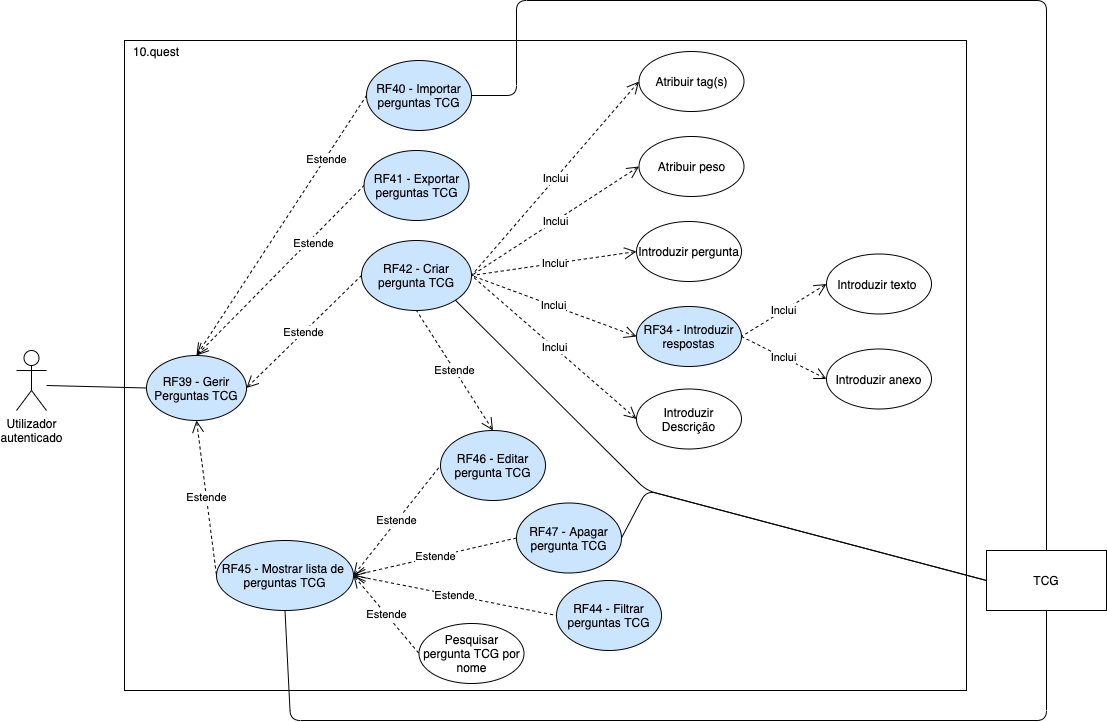
The draw.io diagram img/rf/gerir-perguntas-tcg.png in BrunoGrifo/Tese, before a commit. Source tidied: cells renumbered, new cells last; positions are measured from the earlier drawing's top-left corner, leaving out a move shared by most shapes.
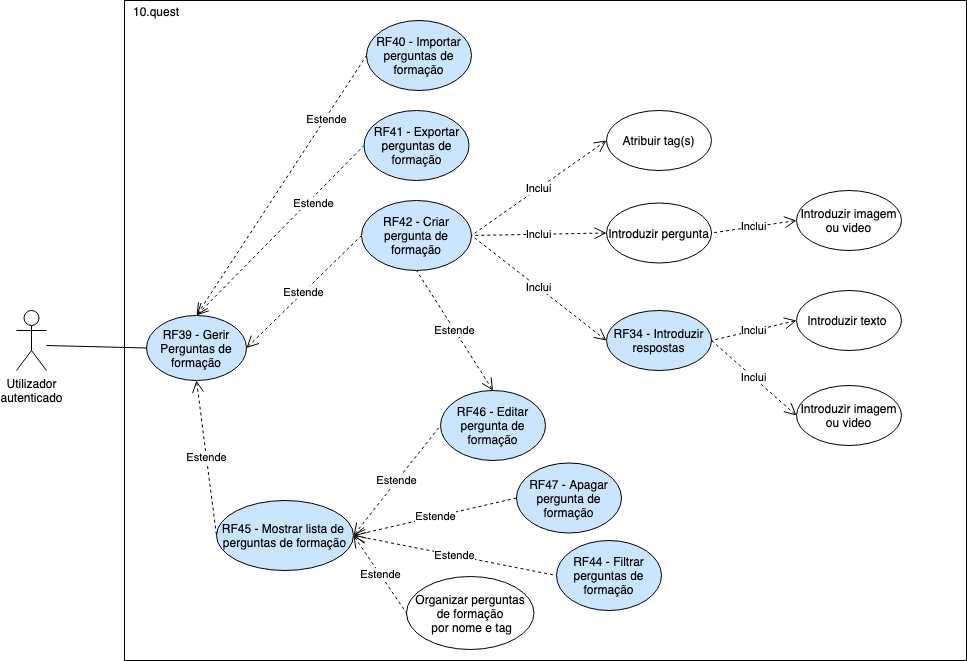
The same diagram one commit later.

What changed in the source:
```diff
@@ -31,7 +31,7 @@
     <mxCell id="10" value="RF46 - Editar pergunta TCG" style="ellipse;whiteSpace=wrap;html=1;fillColor=#CCE5FF;" parent="1" vertex="1">
       <mxGeometry x="424" y="430" width="105" height="70" as="geometry" />
     </mxCell>
-    <mxCell id="11" value="Pesquisar pergunta TCG por nome" style="ellipse;whiteSpace=wrap;html=1;" parent="1" vertex="1">
+    <mxCell id="11" value="Organizar pergunta TCG por nome e tag" style="ellipse;whiteSpace=wrap;html=1;" parent="1" vertex="1">
       <mxGeometry x="402.5" y="623" width="105" height="60" as="geometry" />
     </mxCell>
     <mxCell id="12" value="RF42 - Criar pergunta TCG" style="ellipse;whiteSpace=wrap;html=1;fillColor=#CCE5FF;" parent="1" vertex="1">
@@ -62,19 +62,19 @@
       <mxGeometry x="0.36" y="-5" relative="1" as="geometry" />
     </mxCell>
     <mxCell id="21" value="Atribuir tag(s)" style="ellipse;whiteSpace=wrap;html=1;" parent="1" vertex="1">
-      <mxGeometry x="622.5" y="51" width="105" height="60" as="geometry" />
+      <mxGeometry x="590" y="150" width="105" height="60" as="geometry" />
     </mxCell>
     <mxCell id="22" value="Introduzir pergunta" style="ellipse;whiteSpace=wrap;html=1;" parent="1" vertex="1">
-      <mxGeometry x="620" y="221" width="105" height="60" as="geometry" />
+      <mxGeometry x="590" y="242.5" width="105" height="60" as="geometry" />
     </mxCell>
     <mxCell id="23" value="Introduzir texto&amp;nbsp;" style="ellipse;whiteSpace=wrap;html=1;" parent="1" vertex="1">
-      <mxGeometry x="810" y="253.5" width="105" height="60" as="geometry" />
+      <mxGeometry x="780" y="330" width="105" height="60" as="geometry" />
     </mxCell>
-    <mxCell id="24" value="Introduzir anexo" style="ellipse;whiteSpace=wrap;html=1;" parent="1" vertex="1">
-      <mxGeometry x="810" y="348.5" width="105" height="60" as="geometry" />
+    <mxCell id="24" value="Introduzir imagem ou video" style="ellipse;whiteSpace=wrap;html=1;" parent="1" vertex="1">
+      <mxGeometry x="780" y="425" width="105" height="60" as="geometry" />
     </mxCell>
     <mxCell id="25" value="RF34 - Introduzir respostas" style="ellipse;whiteSpace=wrap;html=1;fillColor=#CCE5FF;" parent="1" vertex="1">
-      <mxGeometry x="620" y="306" width="105" height="60" as="geometry" />
+      <mxGeometry x="590" y="350" width="105" height="60" as="geometry" />
     </mxCell>
     <mxCell id="26" value="Inclui" style="endArrow=none;endSize=12;dashed=1;html=1;exitX=0;exitY=0.5;exitDx=0;exitDy=0;entryX=1;entryY=0.5;entryDx=0;entryDy=0;startArrow=open;startFill=0;endFill=0;startSize=10;" parent="1" edge="1" source="23" target="25">
       <mxGeometry relative="1" as="geometry" />
@@ -91,60 +91,20 @@
     <mxCell id="30" value="Inclui" style="endArrow=none;endSize=12;dashed=1;html=1;exitX=0;exitY=0.5;exitDx=0;exitDy=0;entryX=1;entryY=0.5;entryDx=0;entryDy=0;startArrow=open;startFill=0;endFill=0;startSize=10;" parent="1" edge="1" source="25" target="12">
       <mxGeometry relative="1" as="geometry" />
     </mxCell>
-    <mxCell id="31" value="Atribuir peso" style="ellipse;whiteSpace=wrap;html=1;" parent="1" vertex="1">
-      <mxGeometry x="622.5" y="136" width="105" height="60" as="geometry" />
-    </mxCell>
-    <mxCell id="32" value="Inclui" style="endArrow=none;endSize=12;dashed=1;html=1;exitX=0;exitY=0.5;exitDx=0;exitDy=0;entryX=1;entryY=0.5;entryDx=0;entryDy=0;startArrow=open;startFill=0;endFill=0;startSize=10;" parent="1" edge="1" source="31" target="12">
-      <mxGeometry relative="1" as="geometry" />
-    </mxCell>
-    <mxCell id="33" value="Introduzir Descrição" style="ellipse;whiteSpace=wrap;html=1;" parent="1" vertex="1">
-      <mxGeometry x="620" y="388.5" width="105" height="60" as="geometry" />
-    </mxCell>
-    <mxCell id="34" value="Inclui" style="endArrow=none;endSize=12;dashed=1;html=1;exitX=0;exitY=0.5;exitDx=0;exitDy=0;entryX=1;entryY=0.5;entryDx=0;entryDy=0;startArrow=open;startFill=0;endFill=0;startSize=10;" parent="1" edge="1" source="33" target="12">
-      <mxGeometry relative="1" as="geometry" />
-    </mxCell>
     <mxCell id="35" value="Estende" style="endArrow=none;endSize=12;dashed=1;html=1;entryX=0.5;entryY=1;entryDx=0;entryDy=0;exitX=0.5;exitY=0;exitDx=0;exitDy=0;startArrow=open;startFill=0;endFill=0;startSize=10;" parent="1" edge="1" source="10" target="12">
       <mxGeometry relative="1" as="geometry" />
     </mxCell>
-    <mxCell id="36" value="TCG" style="rounded=0;whiteSpace=wrap;html=1;" parent="1" vertex="1">
-      <mxGeometry x="970" y="550" width="120" height="60" as="geometry" />
-    </mxCell>
-    <mxCell id="37" style="endArrow=none;html=1;entryX=0.5;entryY=1;entryDx=0;entryDy=0;exitX=0.5;exitY=1;exitDx=0;exitDy=0;" parent="1" edge="1" source="7" target="36">
-      <mxGeometry relative="1" as="geometry">
-        <Array as="points">
-          <mxPoint x="274" y="720" />
-          <mxPoint x="1030" y="720" />
-        </Array>
-      </mxGeometry>
-    </mxCell>
-    <mxCell id="38" style="endArrow=none;html=1;entryX=0;entryY=0.5;entryDx=0;entryDy=0;exitX=1;exitY=1;exitDx=0;exitDy=0;" parent="1" edge="1" source="12" target="36">
-      <mxGeometry relative="1" as="geometry">
-        <Array as="points">
-          <mxPoint x="630" y="490" />
-        </Array>
-      </mxGeometry>
-    </mxCell>
-    <mxCell id="39" style="endArrow=none;html=1;entryX=0;entryY=0.5;entryDx=0;entryDy=0;exitX=1;exitY=0.5;exitDx=0;exitDy=0;" parent="1" edge="1" source="9" target="36">
-      <mxGeometry relative="1" as="geometry">
-        <Array as="points">
-          <mxPoint x="630" y="490" />
-        </Array>
-      </mxGeometry>
-    </mxCell>
-    <mxCell id="40" style="endArrow=none;html=1;entryX=0.5;entryY=0;entryDx=0;entryDy=0;exitX=1;exitY=0.5;exitDx=0;exitDy=0;" parent="1" edge="1" source="18" target="36">
-      <mxGeometry relative="1" as="geometry">
-        <Array as="points">
-          <mxPoint x="500" y="95" />
-          <mxPoint x="500" />
-          <mxPoint x="1030" />
-        </Array>
-      </mxGeometry>
-    </mxCell>
     <mxCell id="41" value="Estende" style="endArrow=none;endSize=12;dashed=1;html=1;entryX=0;entryY=0.5;entryDx=0;entryDy=0;exitX=1;exitY=0.5;exitDx=0;exitDy=0;startArrow=open;startFill=0;endFill=0;startSize=10;" parent="1" edge="1" source="7" target="42">
       <mxGeometry relative="1" as="geometry" />
     </mxCell>
     <mxCell id="42" value="RF44 - Filtrar perguntas TCG" style="ellipse;whiteSpace=wrap;html=1;fillColor=#CCE5FF;" parent="1" vertex="1">
       <mxGeometry x="540" y="580" width="105" height="70" as="geometry" />
     </mxCell>
+    <mxCell id="43" value="Introduzir imagem ou video" style="ellipse;whiteSpace=wrap;html=1;" parent="1" vertex="1">
+      <mxGeometry x="780" y="230" width="105" height="60" as="geometry" />
+    </mxCell>
+    <mxCell id="44" value="Inclui" style="endArrow=none;endSize=12;dashed=1;html=1;exitX=0;exitY=0.5;exitDx=0;exitDy=0;entryX=1;entryY=0.5;entryDx=0;entryDy=0;startArrow=open;startFill=0;endFill=0;startSize=10;" parent="1" edge="1" source="43" target="22">
+      <mxGeometry relative="1" as="geometry" />
+    </mxCell>
   </root>
 </mxGraphModel>
```
